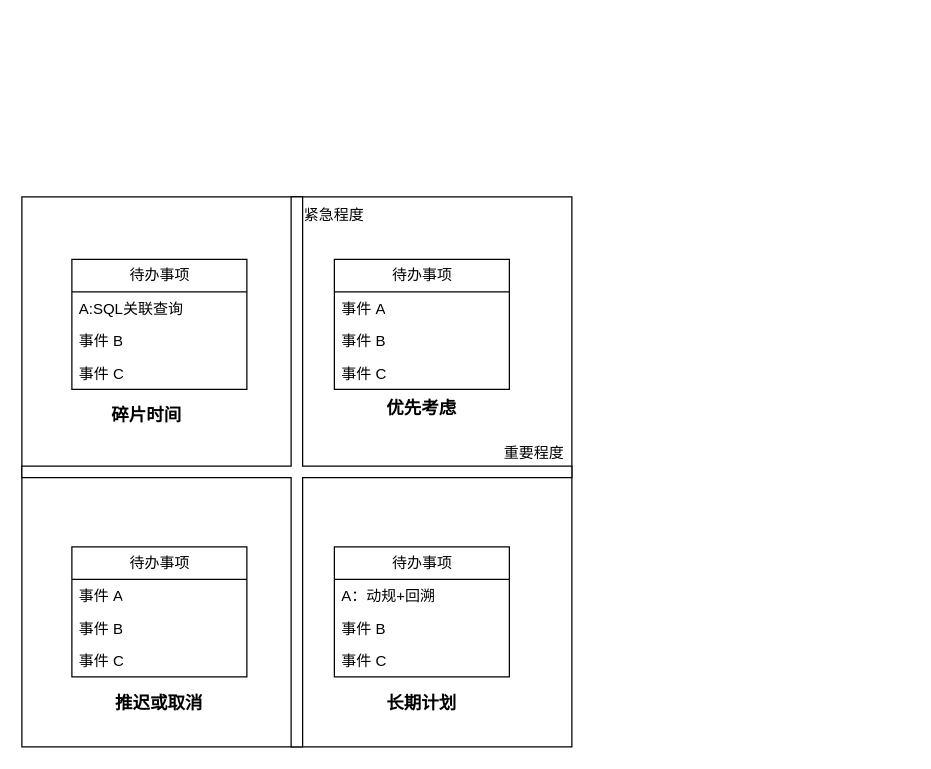
Above: 优先级象限.drawio in beyondgogogo/Graph (draw.io), before the change. Source tidied: cells renumbered, new cells numbered last; positions are measured from the earlier drawing's top-left corner, leaving out a move shared by most shapes. Both pictures are drawn from the tidied source at 125%, with x=0, y=0 at pixel (21, 196).
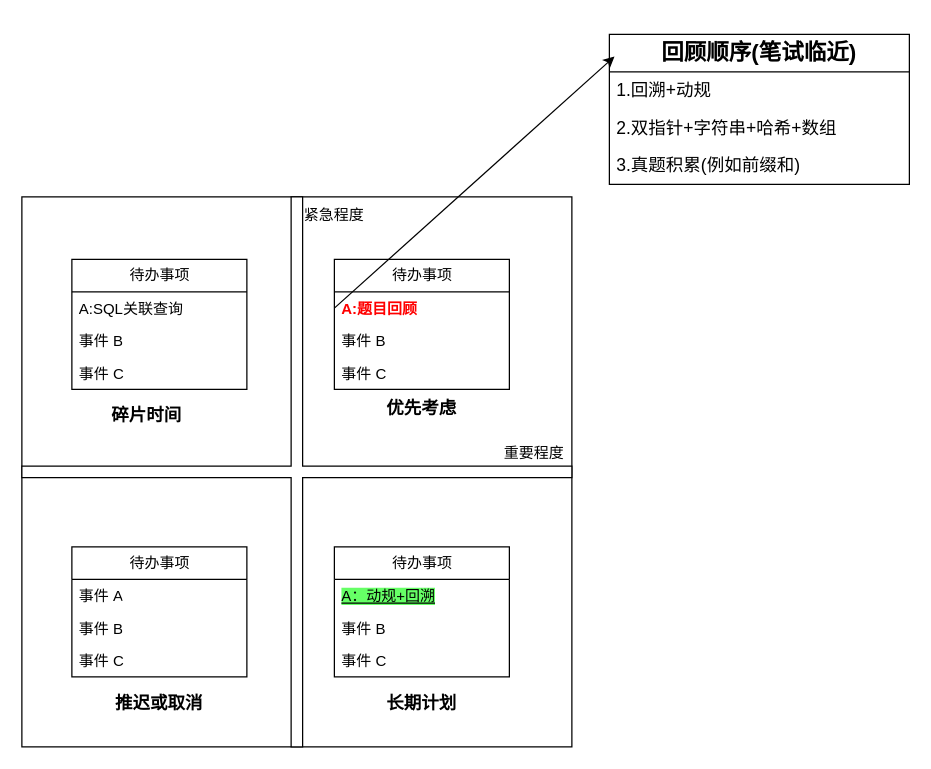
The same page after the edit.

Commit message:
更新优先级象限.drawio

The change refers to these unchanged cells:
```xml
<mxCell id="6" value="待办事项" style="swimlane;fontStyle=0;horizontal=1;startSize=26;fillColor=none;html=1;" parent="1" vertex="1">
  <mxGeometry x="250" y="50" width="140" height="104" as="geometry" />
</mxCell>
<mxCell id="14" value="待办事项" style="swimlane;fontStyle=0;horizontal=1;startSize=26;fillColor=none;html=1;" parent="1" vertex="1">
  <mxGeometry x="250" y="280" width="140" height="104" as="geometry" />
</mxCell>
```

What changed in the source:
```diff
@@
-    <mxCell id="7" value="事件 A" style="text;strokeColor=none;fillColor=none;align=left;verticalAlign=top;spacingLeft=4;spacingRight=4;overflow=hidden;points=[[0,0.5],[1,0.5]];portConstraint=eastwest;whiteSpace=wrap;html=1;" parent="6" vertex="1">
+    <mxCell id="7" value="&lt;font color=&quot;#ff0000&quot;&gt;&lt;b&gt;A:题目回顾&lt;/b&gt;&lt;/font&gt;" style="text;strokeColor=none;fillColor=none;align=left;verticalAlign=top;spacingLeft=4;spacingRight=4;overflow=hidden;points=[[0,0.5],[1,0.5]];portConstraint=eastwest;whiteSpace=wrap;html=1;" parent="6" vertex="1">
       <mxGeometry y="26" width="140" height="26" as="geometry" />
     </mxCell>
@@
-    <mxCell id="15" value="A：动规+回溯" style="text;strokeColor=none;fillColor=none;align=left;verticalAlign=top;spacingLeft=4;spacingRight=4;overflow=hidden;whiteSpace=wrap;html=1;" parent="14" vertex="1">
+    <mxCell id="15" value="&lt;u style=&quot;background-color: rgb(102, 255, 102);&quot;&gt;A：动规+回溯&lt;/u&gt;" style="text;strokeColor=none;fillColor=none;align=left;verticalAlign=top;spacingLeft=4;spacingRight=4;overflow=hidden;whiteSpace=wrap;html=1;" parent="14" vertex="1">
       <mxGeometry y="26" width="140" height="26" as="geometry" />
     </mxCell>
@@
+    <mxCell id="26" value="&lt;h2&gt;回顾顺序(笔试临近)&lt;/h2&gt;" style="swimlane;fontStyle=0;horizontal=1;startSize=30;whiteSpace=wrap;html=1;" parent="1" vertex="1">
+      <mxGeometry x="470" y="-130" width="240" height="120" as="geometry" />
+    </mxCell>
+    <mxCell id="27" value="&lt;font style=&quot;font-size: 14px;&quot;&gt;1.回溯+动规&lt;/font&gt;" style="text;strokeColor=none;fillColor=none;align=left;verticalAlign=middle;spacingLeft=4;spacingRight=4;overflow=hidden;whiteSpace=wrap;html=1;" parent="26" vertex="1">
+      <mxGeometry y="30" width="240" height="30" as="geometry" />
+    </mxCell>
+    <mxCell id="28" value="&lt;font style=&quot;font-size: 14px;&quot;&gt;2.双指针+字符串+哈希+数组&lt;/font&gt;" style="text;strokeColor=none;fillColor=none;align=left;verticalAlign=middle;spacingLeft=4;spacingRight=4;overflow=hidden;whiteSpace=wrap;html=1;" parent="26" vertex="1">
+      <mxGeometry y="60" width="240" height="30" as="geometry" />
+    </mxCell>
+    <mxCell id="29" value="&lt;font style=&quot;font-size: 14px;&quot;&gt;3.真题积累(例如前缀和)&lt;/font&gt;" style="text;strokeColor=none;fillColor=none;align=left;verticalAlign=middle;spacingLeft=4;spacingRight=4;overflow=hidden;whiteSpace=wrap;html=1;" parent="26" vertex="1">
+      <mxGeometry y="90" width="240" height="30" as="geometry" />
+    </mxCell>
+    <mxCell id="30" style="endArrow=classic;html=1;rounded=0;entryX=0.017;entryY=0.148;entryDx=0;entryDy=0;entryPerimeter=0;exitX=0;exitY=0.5;exitDx=0;exitDy=0;" parent="1" edge="1" source="7" target="26">
+      <mxGeometry relative="1" as="geometry" />
+    </mxCell>
```
